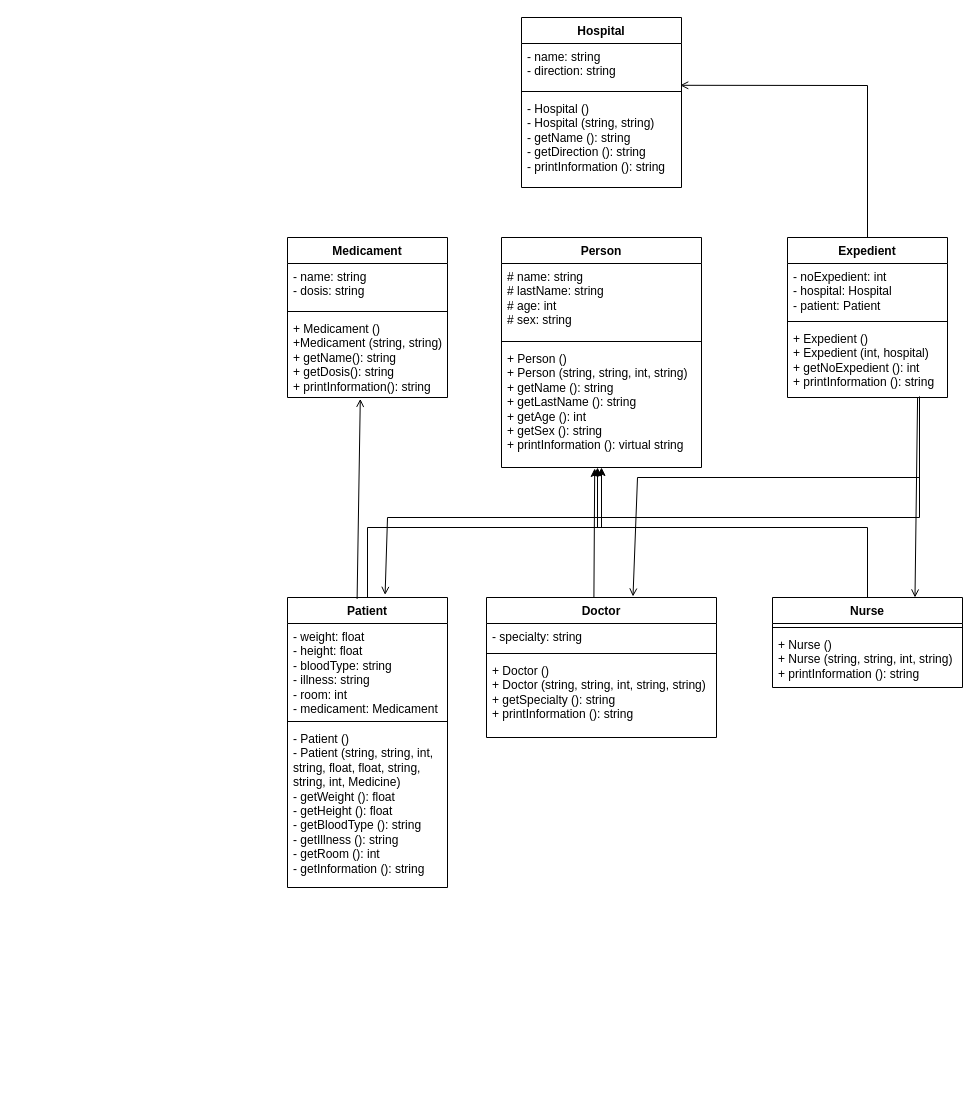
Jorgebottron/Hospital--Proyect keeps this draw.io diagram as Hospital Project UML diagram version 1.drawio. Above is the earlier version. Source tidied: cells renumbered, new cells numbered last; positions are measured from the earlier drawing's top-left corner, leaving out a move shared by most shapes. Both pictures are drawn from the tidied source at 100%, with x=0, y=0 at pixel (287, 17).
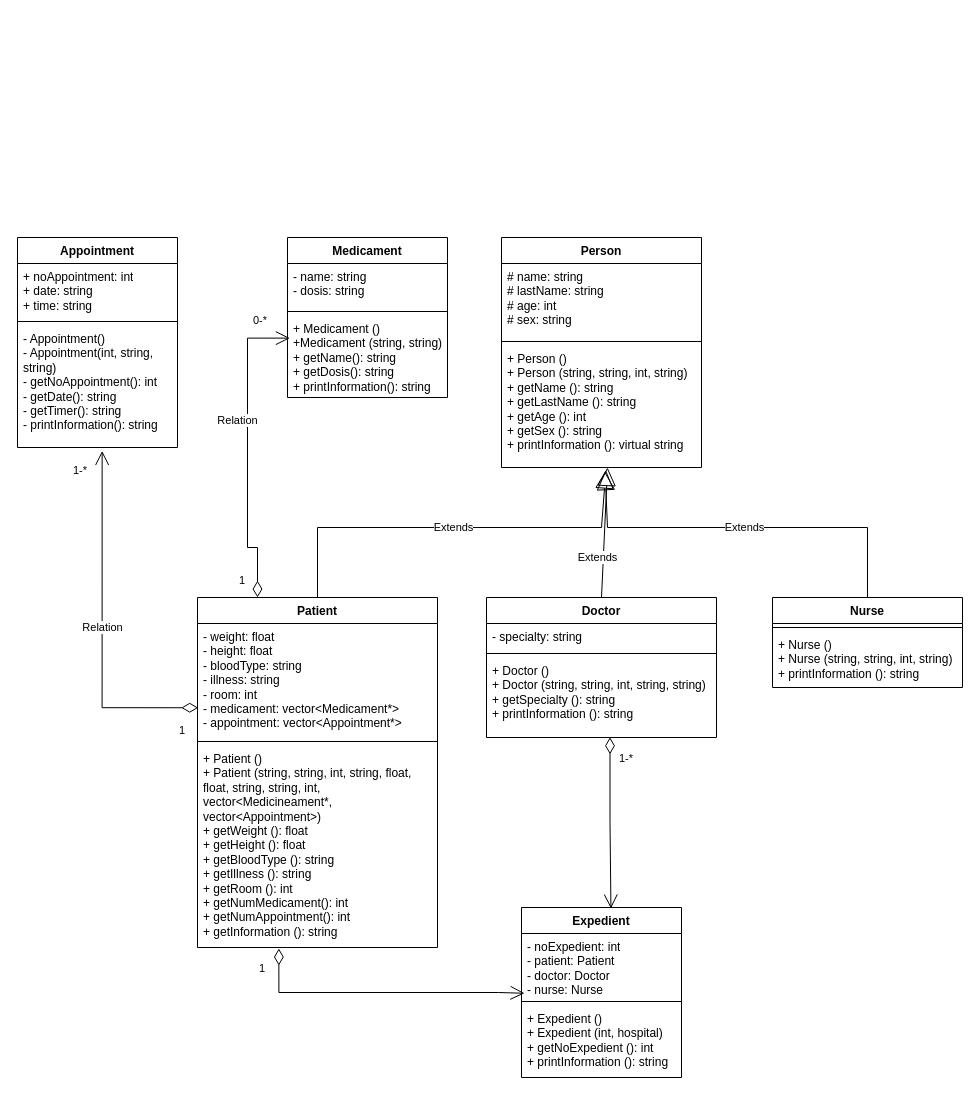
After the change.

Unchanged cells that the change refers to:
```xml
<mxCell id="5" value="+ Person ()&lt;div&gt;+ Person (string, string, int, string)&lt;/div&gt;&lt;div&gt;+ getName (): string&lt;/div&gt;&lt;div&gt;+ getLastName (): string&lt;/div&gt;&lt;div&gt;+ getAge (): int&lt;/div&gt;&lt;div&gt;+ getSex (): string&lt;/div&gt;&lt;div&gt;+ printInformation (): virtual string&lt;/div&gt;" style="text;strokeColor=none;fillColor=none;align=left;verticalAlign=top;spacingLeft=4;spacingRight=4;overflow=hidden;points=[[0,0.5],[1,0.5]];portConstraint=eastwest;whiteSpace=wrap;html=1;" parent="2" vertex="1">
  <mxGeometry y="108" width="200" height="122" as="geometry" />
</mxCell>
<mxCell id="6" value="Doctor" style="swimlane;fontStyle=1;align=center;verticalAlign=top;horizontal=1;startSize=26;whiteSpace=wrap;html=1;" parent="1" vertex="1">
  <mxGeometry x="199" y="580" width="230" height="140" as="geometry" />
</mxCell>
<mxCell id="9" value="+ Doctor ()&lt;div&gt;+ Doctor (string, string, int, string, string)&lt;/div&gt;&lt;div&gt;+ getSpecialty (): string&lt;/div&gt;&lt;div&gt;+ printInformation (): string&lt;/div&gt;" style="text;strokeColor=none;fillColor=none;align=left;verticalAlign=top;spacingLeft=4;spacingRight=4;overflow=hidden;points=[[0,0.5],[1,0.5]];portConstraint=eastwest;whiteSpace=wrap;html=1;" parent="6" vertex="1">
  <mxGeometry y="60" width="230" height="80" as="geometry" />
</mxCell>
<mxCell id="10" value="Nurse" style="swimlane;fontStyle=1;align=center;verticalAlign=top;horizontal=1;startSize=26;whiteSpace=wrap;html=1;" parent="1" vertex="1">
  <mxGeometry x="485" y="580" width="190" height="90" as="geometry" />
</mxCell>
<mxCell id="20" value="+ Medicament ()&lt;div&gt;+Medicament (string, string)&lt;/div&gt;&lt;div&gt;+ getName(): string&lt;/div&gt;&lt;div&gt;+ getDosis(): string&lt;/div&gt;&lt;div&gt;+ printInformation(): string&lt;/div&gt;" style="text;strokeColor=none;fillColor=none;align=left;verticalAlign=top;spacingLeft=4;spacingRight=4;overflow=hidden;points=[[0,0.5],[1,0.5]];portConstraint=eastwest;whiteSpace=wrap;html=1;" parent="17" vertex="1">
  <mxGeometry y="78" width="160" height="82" as="geometry" />
</mxCell>
```

Diff of the diagram source:
```diff
@@
     <mxCell id="13" value="Patient" style="swimlane;fontStyle=1;align=center;verticalAlign=top;horizontal=1;startSize=26;whiteSpace=wrap;html=1;" parent="1" vertex="1">
-      <mxGeometry y="580" width="160" height="290" as="geometry" />
+      <mxGeometry x="-90" y="580" width="240" height="350" as="geometry" />
     </mxCell>
-    <mxCell id="14" value="- weight: float&amp;nbsp;&lt;div&gt;- height: float&lt;/div&gt;&lt;div&gt;- bloodType: string&lt;/div&gt;&lt;div&gt;- illness: string&lt;br&gt;- room: int&lt;/div&gt;&lt;div&gt;- medicament: Medicament&lt;/div&gt;" style="text;strokeColor=none;fillColor=none;align=left;verticalAlign=top;spacingLeft=4;spacingRight=4;overflow=hidden;points=[[0,0.5],[1,0.5]];portConstraint=eastwest;whiteSpace=wrap;html=1;" parent="13" vertex="1">
-      <mxGeometry y="26" width="160" height="94" as="geometry" />
+    <mxCell id="14" value="- weight: float&amp;nbsp;&lt;div&gt;- height: float&lt;/div&gt;&lt;div&gt;- bloodType: string&lt;/div&gt;&lt;div&gt;- illness: string&lt;br&gt;- room: int&lt;/div&gt;&lt;div&gt;- medicament: vector&amp;lt;Medicament*&amp;gt;&lt;/div&gt;&lt;div&gt;- appointment: vector&amp;lt;Appointment*&amp;gt;&lt;/div&gt;" style="text;strokeColor=none;fillColor=none;align=left;verticalAlign=top;spacingLeft=4;spacingRight=4;overflow=hidden;points=[[0,0.5],[1,0.5]];portConstraint=eastwest;whiteSpace=wrap;html=1;" parent="13" vertex="1">
+      <mxGeometry y="26" width="240" height="114" as="geometry" />
     </mxCell>
     <mxCell id="15" style="line;strokeWidth=1;fillColor=none;align=left;verticalAlign=middle;spacingTop=-1;spacingLeft=3;spacingRight=3;labelPosition=right;strokeColor=inherit;" parent="13" vertex="1">
-      <mxGeometry y="120" width="160" height="8" as="geometry" />
+      <mxGeometry y="140" width="240" height="8" as="geometry" />
     </mxCell>
-    <mxCell id="16" value="- Patient ()&lt;div&gt;- Patient (string, string, int, string, float, float, string, string, int, Medicine)&lt;/div&gt;&lt;div&gt;- getWeight (): float&lt;/div&gt;&lt;div&gt;- getHeight (): float&lt;/div&gt;&lt;div&gt;- getBloodType (): string&lt;/div&gt;&lt;div&gt;- getIllness (): string&lt;/div&gt;&lt;div&gt;- getRoom (): int&lt;/div&gt;&lt;div&gt;- getInformation (): string&lt;/div&gt;" style="text;strokeColor=none;fillColor=none;align=left;verticalAlign=top;spacingLeft=4;spacingRight=4;overflow=hidden;points=[[0,0.5],[1,0.5]];portConstraint=eastwest;whiteSpace=wrap;html=1;" parent="13" vertex="1">
-      <mxGeometry y="128" width="160" height="162" as="geometry" />
+    <mxCell id="16" value="+ Patient ()&lt;div&gt;+ Patient (string, string, int, string, float, float, string, string, int, vector&amp;lt;Medicineament*, v&lt;span style=&quot;background-color: initial;&quot;&gt;ector&amp;lt;Appointment&amp;gt;&lt;/span&gt;&lt;span style=&quot;background-color: initial;&quot;&gt;)&lt;/span&gt;&lt;/div&gt;&lt;div&gt;+ getWeight (): float&lt;/div&gt;&lt;div&gt;+ getHeight (): float&lt;/div&gt;&lt;div&gt;+ getBloodType (): string&lt;/div&gt;&lt;div&gt;+ getIllness (): string&lt;/div&gt;&lt;div&gt;+ getRoom (): int&lt;/div&gt;&lt;div&gt;+ getNumMedicament(): int&lt;/div&gt;&lt;div&gt;+ getNumAppointment(): int&lt;/div&gt;&lt;div&gt;+ getInformation (): string&lt;/div&gt;" style="text;strokeColor=none;fillColor=none;align=left;verticalAlign=top;spacingLeft=4;spacingRight=4;overflow=hidden;points=[[0,0.5],[1,0.5]];portConstraint=eastwest;whiteSpace=wrap;html=1;" parent="13" vertex="1">
+      <mxGeometry y="148" width="240" height="202" as="geometry" />
     </mxCell>
@@
     <mxCell id="21" value="Expedient" style="swimlane;fontStyle=1;align=center;verticalAlign=top;horizontal=1;startSize=26;whiteSpace=wrap;html=1;" parent="1" vertex="1">
-      <mxGeometry x="500" y="220" width="160" height="160" as="geometry" />
+      <mxGeometry x="234" y="890" width="160" height="170" as="geometry" />
     </mxCell>
-    <mxCell id="22" value="- noExpedient: int&lt;div&gt;- hospital: Hospital&lt;/div&gt;&lt;div&gt;- patient: Patient&lt;/div&gt;" style="text;strokeColor=none;fillColor=none;align=left;verticalAlign=top;spacingLeft=4;spacingRight=4;overflow=hidden;points=[[0,0.5],[1,0.5]];portConstraint=eastwest;whiteSpace=wrap;html=1;" parent="21" vertex="1">
-      <mxGeometry y="26" width="160" height="54" as="geometry" />
+    <mxCell id="22" value="- noExpedient: int&lt;div&gt;- patient: Patient&lt;/div&gt;&lt;div&gt;- doctor: Doctor&lt;/div&gt;&lt;div&gt;- nurse: Nurse&lt;/div&gt;" style="text;strokeColor=none;fillColor=none;align=left;verticalAlign=top;spacingLeft=4;spacingRight=4;overflow=hidden;points=[[0,0.5],[1,0.5]];portConstraint=eastwest;whiteSpace=wrap;html=1;" parent="21" vertex="1">
+      <mxGeometry y="26" width="160" height="64" as="geometry" />
     </mxCell>
     <mxCell id="23" style="line;strokeWidth=1;fillColor=none;align=left;verticalAlign=middle;spacingTop=-1;spacingLeft=3;spacingRight=3;labelPosition=right;strokeColor=inherit;" parent="21" vertex="1">
-      <mxGeometry y="80" width="160" height="8" as="geometry" />
+      <mxGeometry y="90" width="160" height="8" as="geometry" />
     </mxCell>
     <mxCell id="24" value="+ Expedient ()&lt;div&gt;+ Expedient (int, hospital)&lt;/div&gt;&lt;div&gt;+ getNoExpedient (): int&lt;/div&gt;&lt;div&gt;+ printInformation (): string&lt;/div&gt;" style="text;strokeColor=none;fillColor=none;align=left;verticalAlign=top;spacingLeft=4;spacingRight=4;overflow=hidden;points=[[0,0.5],[1,0.5]];portConstraint=eastwest;whiteSpace=wrap;html=1;" parent="21" vertex="1">
-      <mxGeometry y="88" width="160" height="72" as="geometry" />
+      <mxGeometry y="98" width="160" height="72" as="geometry" />
     </mxCell>
-    <mxCell id="25" value="Hospital" style="swimlane;fontStyle=1;align=center;verticalAlign=top;horizontal=1;startSize=26;whiteSpace=wrap;html=1;" parent="1" vertex="1">
-      <mxGeometry x="234" width="160" height="170" as="geometry" />
-    </mxCell>
-    <mxCell id="26" value="- name: string&lt;div&gt;- direction: string&lt;/div&gt;" style="text;strokeColor=none;fillColor=none;align=left;verticalAlign=top;spacingLeft=4;spacingRight=4;overflow=hidden;points=[[0,0.5],[1,0.5]];portConstraint=eastwest;whiteSpace=wrap;html=1;" parent="25" vertex="1">
-      <mxGeometry y="26" width="160" height="44" as="geometry" />
-    </mxCell>
-    <mxCell id="27" style="line;strokeWidth=1;fillColor=none;align=left;verticalAlign=middle;spacingTop=-1;spacingLeft=3;spacingRight=3;labelPosition=right;strokeColor=inherit;" parent="25" vertex="1">
-      <mxGeometry y="70" width="160" height="8" as="geometry" />
-    </mxCell>
-    <mxCell id="28" value="- Hospital ()&lt;div&gt;- Hospital (string, string)&lt;/div&gt;&lt;div&gt;- getName (): string&lt;/div&gt;&lt;div&gt;- getDirection (): string&lt;/div&gt;&lt;div&gt;- printInformation (): string&lt;/div&gt;" style="text;strokeColor=none;fillColor=none;align=left;verticalAlign=top;spacingLeft=4;spacingRight=4;overflow=hidden;whiteSpace=wrap;html=1;" parent="25" vertex="1">
-      <mxGeometry y="78" width="160" height="92" as="geometry" />
-    </mxCell>
-    <mxCell id="29" style="endArrow=classic;html=1;rounded=0;entryX=0.466;entryY=1.008;entryDx=0;entryDy=0;entryPerimeter=0;exitX=0.467;exitY=-0.001;exitDx=0;exitDy=0;exitPerimeter=0;" parent="1" edge="1" source="6" target="5">
-      <mxGeometry relative="1" as="geometry" />
-    </mxCell>
-    <mxCell id="30" style="endArrow=classic;html=1;rounded=0;exitX=0.5;exitY=0;exitDx=0;exitDy=0;" parent="1" edge="1" source="13" target="5">
+    <mxCell id="30" value="Extends" style="endArrow=block;endSize=16;endFill=0;html=1;rounded=0;exitX=0.5;exitY=0;exitDx=0;exitDy=0;entryX=0.522;entryY=1.021;entryDx=0;entryDy=0;entryPerimeter=0;" parent="1" edge="1" source="13" target="5">
       <mxGeometry relative="1" as="geometry">
         <Array as="points">
-          <mxPoint x="80" y="510" />
+          <mxPoint x="30" y="510" />
           <mxPoint x="314" y="510" />
         </Array>
       </mxGeometry>
     </mxCell>
+    <mxCell id="37" value="Extends" style="endArrow=block;endSize=16;endFill=0;html=1;rounded=0;exitX=0.5;exitY=0;exitDx=0;exitDy=0;" parent="1" edge="1" source="6">
+      <mxGeometry x="-0.39" y="6" relative="1" as="geometry">
+        <mxPoint x="320" y="450" as="targetPoint" />
+      </mxGeometry>
+    </mxCell>
-    <mxCell id="31" style="endArrow=block;html=1;rounded=0;exitX=0.5;exitY=0;exitDx=0;exitDy=0;entryX=0.48;entryY=1;entryDx=0;entryDy=0;entryPerimeter=0;endFill=1;" parent="1" edge="1" source="10" target="5">
+    <mxCell id="31" value="Extends" style="endArrow=block;endSize=16;endFill=0;html=1;rounded=0;entryX=0.518;entryY=1.034;entryDx=0;entryDy=0;entryPerimeter=0;exitX=0.5;exitY=0;exitDx=0;exitDy=0;" parent="1" edge="1" source="10" target="5">
       <mxGeometry relative="1" as="geometry">
         <Array as="points">
           <mxPoint x="580" y="510" />
-          <mxPoint x="310" y="510" />
+          <mxPoint x="320" y="510" />
         </Array>
       </mxGeometry>
     </mxCell>
-    <mxCell id="32" style="endArrow=open;html=1;rounded=0;exitX=0.5;exitY=0;exitDx=0;exitDy=0;entryX=0.992;entryY=0.95;entryDx=0;entryDy=0;entryPerimeter=0;endFill=0;" parent="1" edge="1" source="21" target="26">
-      <mxGeometry relative="1" as="geometry">
-        <Array as="points">
-          <mxPoint x="580" y="68" />
-        </Array>
-      </mxGeometry>
-    </mxCell>
-    <mxCell id="33" style="endArrow=open;html=1;rounded=0;entryX=0.75;entryY=0;entryDx=0;entryDy=0;endFill=0;exitX=0.813;exitY=1;exitDx=0;exitDy=0;exitPerimeter=0;" parent="1" edge="1" source="24" target="10">
-      <mxGeometry relative="1" as="geometry" />
-    </mxCell>
-    <mxCell id="34" style="endArrow=open;html=1;rounded=0;exitX=0.435;exitY=0.005;exitDx=0;exitDy=0;exitPerimeter=0;entryX=0.455;entryY=1.017;entryDx=0;entryDy=0;entryPerimeter=0;endFill=0;" parent="1" edge="1" source="13" target="20">
-      <mxGeometry relative="1" as="geometry" />
+    <mxCell id="34" value="Relation" style="endArrow=open;html=1;endSize=12;startArrow=diamondThin;startSize=14;startFill=0;edgeStyle=orthogonalEdgeStyle;rounded=0;entryX=0.015;entryY=0.276;entryDx=0;entryDy=0;entryPerimeter=0;exitX=0.25;exitY=0;exitDx=0;exitDy=0;" parent="1" edge="1" source="13" target="20">
+      <mxGeometry x="0.2" y="10" relative="1" as="geometry">
+        <Array as="points">
+          <mxPoint x="-30" y="530" />
+          <mxPoint x="-40" y="530" />
+          <mxPoint x="-40" y="321" />
+        </Array>
+      </mxGeometry>
     </mxCell>
-    <mxCell id="35" style="endArrow=open;html=1;rounded=0;endFill=0;exitX=0.825;exitY=0.986;exitDx=0;exitDy=0;exitPerimeter=0;entryX=0.637;entryY=-0.007;entryDx=0;entryDy=0;entryPerimeter=0;" parent="1" edge="1" source="24" target="6">
-      <mxGeometry relative="1" as="geometry">
-        <Array as="points">
-          <mxPoint x="632" y="460" />
-          <mxPoint x="350" y="460" />
-        </Array>
-      </mxGeometry>
-    </mxCell>
-    <mxCell id="36" style="endArrow=open;html=1;rounded=0;entryX=0.61;entryY=-0.009;entryDx=0;entryDy=0;endFill=0;exitX=0.813;exitY=1;exitDx=0;exitDy=0;exitPerimeter=0;entryPerimeter=0;" parent="1" edge="1" target="13">
-      <mxGeometry relative="1" as="geometry">
-        <mxPoint x="632" y="380" as="sourcePoint" />
-        <Array as="points">
-          <mxPoint x="632" y="500" />
-          <mxPoint x="100" y="500" />
-        </Array>
-      </mxGeometry>
-    </mxCell>
+    <mxCell id="38" value="1" style="edgeLabel;html=1;align=left;verticalAlign=top;" parent="34" vertex="1">
+      <mxGeometry x="-1" relative="1" as="geometry">
+        <mxPoint x="-20" y="-30" as="offset" />
+      </mxGeometry>
+    </mxCell>
+    <mxCell id="39" value="0-*" style="edgeLabel;html=1;align=right;verticalAlign=top;" parent="34" vertex="1">
+      <mxGeometry x="1" relative="1" as="geometry">
+        <mxPoint x="-23" y="-31" as="offset" />
+      </mxGeometry>
+    </mxCell>
+    <mxCell id="40" value="Appointment" style="swimlane;fontStyle=1;align=center;verticalAlign=top;horizontal=1;startSize=26;whiteSpace=wrap;html=1;" parent="1" vertex="1">
+      <mxGeometry x="-270" y="220" width="160" height="210" as="geometry" />
+    </mxCell>
+    <mxCell id="41" value="+ noAppointment: int&lt;div&gt;+ date: string&lt;/div&gt;&lt;div&gt;+ time: string&lt;/div&gt;" style="text;strokeColor=none;fillColor=none;align=left;verticalAlign=top;spacingLeft=4;spacingRight=4;overflow=hidden;whiteSpace=wrap;html=1;" parent="40" vertex="1">
+      <mxGeometry y="26" width="160" height="54" as="geometry" />
+    </mxCell>
+    <mxCell id="42" style="line;strokeWidth=1;fillColor=none;align=left;verticalAlign=middle;spacingTop=-1;spacingLeft=3;spacingRight=3;labelPosition=right;strokeColor=inherit;" parent="40" vertex="1">
+      <mxGeometry y="80" width="160" height="8" as="geometry" />
+    </mxCell>
+    <mxCell id="43" value="- Appointment()&lt;div&gt;- Appointment(int, string, string)&lt;/div&gt;&lt;div&gt;- getNoAppointment(): int&lt;/div&gt;&lt;div&gt;- getDate(): string&lt;/div&gt;&lt;div&gt;- getTimer(): string&lt;/div&gt;&lt;div&gt;- printInformation(): string&amp;nbsp;&lt;/div&gt;" style="text;strokeColor=none;fillColor=none;align=left;verticalAlign=top;spacingLeft=4;spacingRight=4;overflow=hidden;points=[[0,0.5],[1,0.5]];portConstraint=eastwest;whiteSpace=wrap;html=1;" parent="40" vertex="1">
+      <mxGeometry y="88" width="160" height="122" as="geometry" />
+    </mxCell>
+    <mxCell id="44" value="Relation" style="endArrow=open;html=1;endSize=12;startArrow=diamondThin;startSize=14;startFill=0;edgeStyle=orthogonalEdgeStyle;rounded=0;entryX=0.529;entryY=1.028;entryDx=0;entryDy=0;entryPerimeter=0;exitX=0.003;exitY=0.739;exitDx=0;exitDy=0;exitPerimeter=0;" parent="1" edge="1" source="14" target="43">
+      <mxGeometry relative="1" as="geometry">
+        <Array as="points">
+          <mxPoint x="-185" y="690" />
+        </Array>
+      </mxGeometry>
+    </mxCell>
+    <mxCell id="45" value="1" style="edgeLabel;html=1;align=left;verticalAlign=top;" parent="44" vertex="1">
+      <mxGeometry x="-1" relative="1" as="geometry">
+        <mxPoint x="-21" y="10" as="offset" />
+      </mxGeometry>
+    </mxCell>
+    <mxCell id="46" value="1-*" style="edgeLabel;html=1;align=right;verticalAlign=top;" parent="44" vertex="1">
+      <mxGeometry x="1" relative="1" as="geometry">
+        <mxPoint x="-15" y="7" as="offset" />
+      </mxGeometry>
+    </mxCell>
+    <mxCell id="47" value="1" style="endArrow=open;html=1;endSize=12;startArrow=diamondThin;startSize=14;startFill=0;edgeStyle=orthogonalEdgeStyle;align=left;verticalAlign=bottom;rounded=0;exitX=0.339;exitY=1.005;exitDx=0;exitDy=0;exitPerimeter=0;entryX=0.019;entryY=0.934;entryDx=0;entryDy=0;entryPerimeter=0;" parent="1" edge="1" source="16" target="22">
+      <mxGeometry x="-0.8" y="-21" relative="1" as="geometry">
+        <Array as="points">
+          <mxPoint x="-9" y="975" />
+          <mxPoint x="211" y="975" />
+        </Array>
+      </mxGeometry>
+    </mxCell>
+    <mxCell id="48" value="1-*" style="endArrow=open;html=1;endSize=12;startArrow=diamondThin;startSize=14;startFill=0;edgeStyle=orthogonalEdgeStyle;align=left;verticalAlign=bottom;rounded=0;exitX=0.537;exitY=0.997;exitDx=0;exitDy=0;exitPerimeter=0;entryX=0.559;entryY=0.006;entryDx=0;entryDy=0;entryPerimeter=0;" parent="1" edge="1" source="9" target="21">
+      <mxGeometry x="-0.65" y="7" relative="1" as="geometry" />
+    </mxCell>
```
